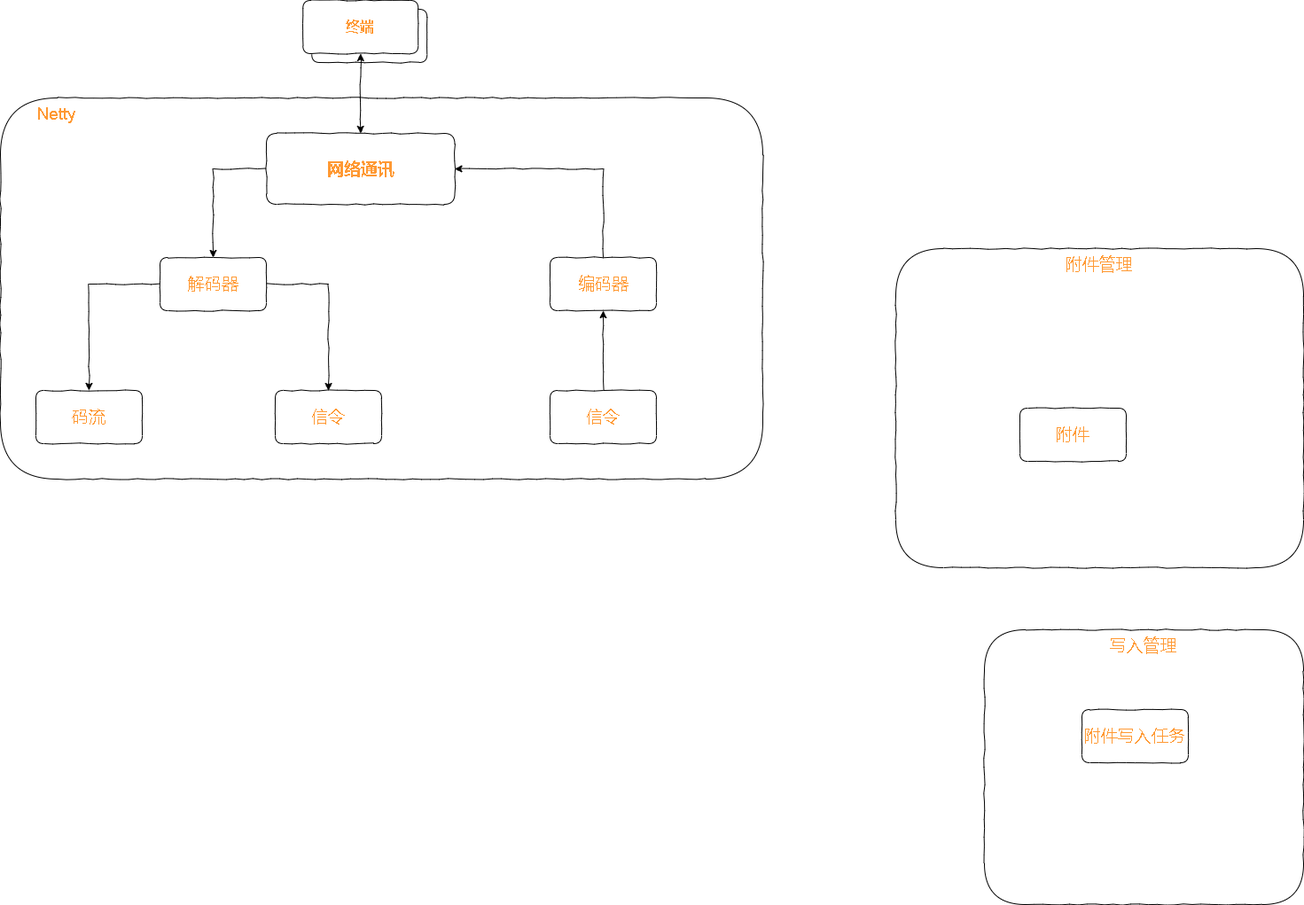
This is test.drawio.png from xktder/draw, a draw.io export, as it was before one commit. Source tidied: cells renumbered, new cells last; positions are measured from the earlier drawing's top-left corner, leaving out a move shared by most shapes. The source it was exported from:
```xml
<mxGraphModel>
  <root>
    <mxCell id="0" />
    <mxCell id="1" parent="0" />
    <mxCell id="2" value="&amp;nbsp; &amp;nbsp; &amp;nbsp; &amp;nbsp; Netty" style="rounded=1;whiteSpace=wrap;html=1;comic=1;fontSize=19;fontColor=#FF9933;strokeColor=default;gradientColor=none;verticalAlign=top;align=left;" parent="1" vertex="1">
      <mxGeometry y="110" width="860" height="430" as="geometry" />
    </mxCell>
    <mxCell id="3" value="写入管理" style="rounded=1;whiteSpace=wrap;html=1;comic=1;fontSize=19;fontColor=#FF9933;strokeColor=default;gradientColor=none;verticalAlign=top;" parent="1" vertex="1">
      <mxGeometry x="1110" y="710" width="360" height="310" as="geometry" />
    </mxCell>
    <mxCell id="4" value="附件管理" style="rounded=1;whiteSpace=wrap;html=1;comic=1;fontSize=19;fontColor=#FF9933;strokeColor=default;gradientColor=none;verticalAlign=top;" parent="1" vertex="1">
      <mxGeometry x="1010" y="280" width="460" height="360" as="geometry" />
    </mxCell>
    <mxCell id="5" style="group;" parent="1" vertex="1">
      <mxGeometry x="341.2" width="140" height="70" as="geometry" />
    </mxCell>
    <mxCell id="6" value="终端" style="rounded=1;whiteSpace=wrap;html=1;gradientColor=none;strokeColor=default;comic=1;" parent="5" vertex="1">
      <mxGeometry x="10" y="10" width="130" height="60" as="geometry" />
    </mxCell>
    <mxCell id="7" value="&lt;font color=&quot;#ff9933&quot; size=&quot;1&quot;&gt;&lt;b style=&quot;font-size: 16px;&quot;&gt;终端&lt;/b&gt;&lt;/font&gt;" style="rounded=1;whiteSpace=wrap;html=1;gradientColor=none;strokeColor=default;comic=1;" parent="5" vertex="1">
      <mxGeometry width="130" height="60" as="geometry" />
    </mxCell>
    <mxCell id="8" style="edgeStyle=orthogonalEdgeStyle;rounded=0;jettySize=auto;html=1;exitX=0.5;exitY=1;exitDx=0;exitDy=0;fontSize=16;fontColor=#FF9933;comic=1;startArrow=classic;startFill=1;entryX=0.5;entryY=0;entryDx=0;entryDy=0;" parent="1" edge="1" source="7" target="11">
      <mxGeometry relative="1" as="geometry" />
    </mxCell>
    <mxCell id="9" style="edgeStyle=orthogonalEdgeStyle;rounded=0;comic=1;jettySize=auto;html=1;exitX=0;exitY=0.5;exitDx=0;exitDy=0;fontSize=19;fontColor=#FF9933;startArrow=none;startFill=0;entryX=0.5;entryY=0;entryDx=0;entryDy=0;" parent="1" edge="1" source="11" target="14">
      <mxGeometry relative="1" as="geometry" />
    </mxCell>
    <mxCell id="10" style="edgeStyle=orthogonalEdgeStyle;rounded=0;comic=1;jettySize=auto;html=1;exitX=1;exitY=0.5;exitDx=0;exitDy=0;fontSize=19;fontColor=#FF9933;startArrow=classic;startFill=1;entryX=0.5;entryY=0;entryDx=0;entryDy=0;endArrow=none;endFill=0;" parent="1" edge="1" source="11" target="15">
      <mxGeometry relative="1" as="geometry" />
    </mxCell>
    <mxCell id="11" value="&lt;font style=&quot;font-size: 19px;&quot;&gt;&lt;b&gt;网络通讯&lt;/b&gt;&lt;/font&gt;" style="rounded=1;whiteSpace=wrap;html=1;comic=1;fontSize=16;fontColor=#FF9933;strokeColor=default;gradientColor=none;" parent="1" vertex="1">
      <mxGeometry x="300" y="150" width="212.5" height="80" as="geometry" />
    </mxCell>
    <mxCell id="12" style="edgeStyle=orthogonalEdgeStyle;rounded=0;comic=1;jettySize=auto;html=1;entryX=0.5;entryY=0;entryDx=0;entryDy=0;fontSize=19;fontColor=#FF9933;startArrow=none;startFill=0;endArrow=classic;endFill=1;" parent="1" edge="1" source="14" target="17">
      <mxGeometry relative="1" as="geometry" />
    </mxCell>
    <mxCell id="13" style="edgeStyle=orthogonalEdgeStyle;rounded=0;comic=1;jettySize=auto;html=1;exitX=0;exitY=0.5;exitDx=0;exitDy=0;fontSize=19;fontColor=#FF9933;startArrow=none;startFill=0;endArrow=classic;endFill=1;" parent="1" edge="1" source="14" target="16">
      <mxGeometry relative="1" as="geometry" />
    </mxCell>
    <mxCell id="14" value="解码器" style="rounded=1;whiteSpace=wrap;html=1;comic=1;fontSize=19;fontColor=#FF9933;strokeColor=default;gradientColor=none;" parent="1" vertex="1">
      <mxGeometry x="180" y="290" width="120" height="60" as="geometry" />
    </mxCell>
    <mxCell id="15" value="编码器" style="rounded=1;whiteSpace=wrap;html=1;comic=1;fontSize=19;fontColor=#FF9933;strokeColor=default;gradientColor=none;" parent="1" vertex="1">
      <mxGeometry x="620" y="290" width="120" height="60" as="geometry" />
    </mxCell>
    <mxCell id="16" value="码流" style="rounded=1;whiteSpace=wrap;html=1;comic=1;fontSize=19;fontColor=#FF9933;strokeColor=default;gradientColor=none;" parent="1" vertex="1">
      <mxGeometry x="40" y="440" width="120" height="60" as="geometry" />
    </mxCell>
    <mxCell id="17" value="信令" style="rounded=1;whiteSpace=wrap;html=1;comic=1;fontSize=19;fontColor=#FF9933;strokeColor=default;gradientColor=none;" parent="1" vertex="1">
      <mxGeometry x="310" y="440" width="120" height="60" as="geometry" />
    </mxCell>
    <mxCell id="18" value="附件" style="rounded=1;whiteSpace=wrap;html=1;comic=1;fontSize=19;fontColor=#FF9933;strokeColor=default;gradientColor=none;" parent="1" vertex="1">
      <mxGeometry x="1150" y="460" width="120" height="60" as="geometry" />
    </mxCell>
    <mxCell id="19" value="附件写入任务" style="rounded=1;whiteSpace=wrap;html=1;comic=1;fontSize=19;fontColor=#FF9933;strokeColor=default;gradientColor=none;" parent="1" vertex="1">
      <mxGeometry x="1220" y="800" width="120" height="60" as="geometry" />
    </mxCell>
    <mxCell id="20" style="edgeStyle=orthogonalEdgeStyle;rounded=0;comic=1;jettySize=auto;html=1;entryX=0.5;entryY=1;entryDx=0;entryDy=0;fontSize=19;fontColor=#FF9933;startArrow=none;startFill=0;endArrow=classic;endFill=1;" parent="1" edge="1" source="21" target="15">
      <mxGeometry relative="1" as="geometry" />
    </mxCell>
    <mxCell id="21" value="信令" style="rounded=1;whiteSpace=wrap;html=1;comic=1;fontSize=19;fontColor=#FF9933;strokeColor=default;gradientColor=none;" parent="1" vertex="1">
      <mxGeometry x="620" y="440" width="120" height="60" as="geometry" />
    </mxCell>
  </root>
</mxGraphModel>
```
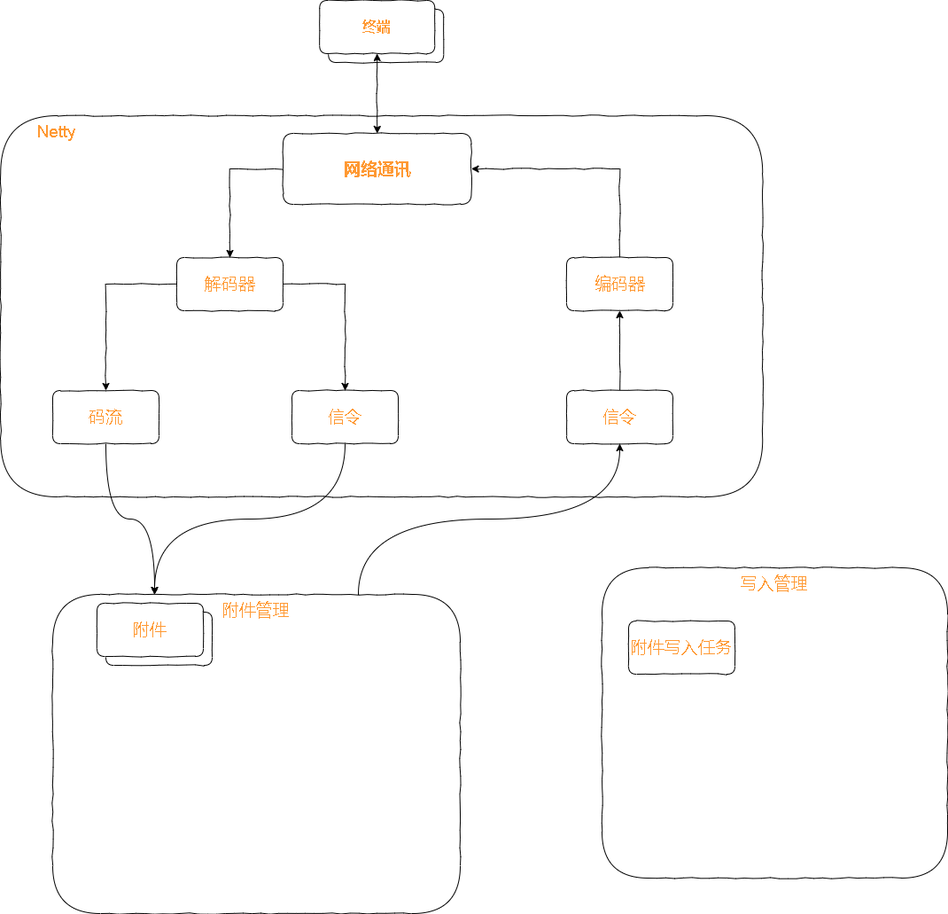
The same diagram one commit later.

Change to the diagram source:
```diff
@@ -3,13 +3,16 @@
     <mxCell id="0" />
     <mxCell id="1" parent="0" />
     <mxCell id="2" value="&amp;nbsp; &amp;nbsp; &amp;nbsp; &amp;nbsp; Netty" style="rounded=1;whiteSpace=wrap;html=1;comic=1;fontSize=19;fontColor=#FF9933;strokeColor=default;gradientColor=none;verticalAlign=top;align=left;" parent="1" vertex="1">
-      <mxGeometry y="110" width="860" height="430" as="geometry" />
+      <mxGeometry x="-18.8" y="130" width="860" height="430" as="geometry" />
     </mxCell>
     <mxCell id="3" value="写入管理" style="rounded=1;whiteSpace=wrap;html=1;comic=1;fontSize=19;fontColor=#FF9933;strokeColor=default;gradientColor=none;verticalAlign=top;" parent="1" vertex="1">
-      <mxGeometry x="1110" y="710" width="360" height="310" as="geometry" />
+      <mxGeometry x="660" y="640" width="390" height="350" as="geometry" />
     </mxCell>
+    <mxCell id="22" style="edgeStyle=orthogonalEdgeStyle;curved=1;rounded=0;comic=0;jettySize=auto;html=1;exitX=0.75;exitY=0;exitDx=0;exitDy=0;entryX=0.5;entryY=1;entryDx=0;entryDy=0;fontSize=19;fontColor=#FF9933;startArrow=none;startFill=0;endArrow=classic;endFill=1;" parent="1" edge="1" source="4" target="21">
+      <mxGeometry relative="1" as="geometry" />
+    </mxCell>
     <mxCell id="4" value="附件管理" style="rounded=1;whiteSpace=wrap;html=1;comic=1;fontSize=19;fontColor=#FF9933;strokeColor=default;gradientColor=none;verticalAlign=top;" parent="1" vertex="1">
-      <mxGeometry x="1010" y="280" width="460" height="360" as="geometry" />
+      <mxGeometry x="40" y="670" width="460" height="360" as="geometry" />
     </mxCell>
     <mxCell id="5" style="group;" parent="1" vertex="1">
       <mxGeometry x="341.2" width="140" height="70" as="geometry" />
@@ -44,17 +47,20 @@
     <mxCell id="15" value="编码器" style="rounded=1;whiteSpace=wrap;html=1;comic=1;fontSize=19;fontColor=#FF9933;strokeColor=default;gradientColor=none;" parent="1" vertex="1">
       <mxGeometry x="620" y="290" width="120" height="60" as="geometry" />
     </mxCell>
+    <mxCell id="23" style="edgeStyle=orthogonalEdgeStyle;rounded=0;comic=0;jettySize=auto;html=1;fontSize=19;fontColor=#FF9933;startArrow=none;startFill=0;endArrow=classic;endFill=1;entryX=0.25;entryY=0;entryDx=0;entryDy=0;curved=1;" parent="1" edge="1" source="16" target="4">
+      <mxGeometry relative="1" as="geometry" />
+    </mxCell>
     <mxCell id="16" value="码流" style="rounded=1;whiteSpace=wrap;html=1;comic=1;fontSize=19;fontColor=#FF9933;strokeColor=default;gradientColor=none;" parent="1" vertex="1">
       <mxGeometry x="40" y="440" width="120" height="60" as="geometry" />
     </mxCell>
+    <mxCell id="24" style="edgeStyle=orthogonalEdgeStyle;rounded=0;comic=1;jettySize=auto;html=1;entryX=0.25;entryY=0;entryDx=0;entryDy=0;fontSize=19;fontColor=#FF9933;startArrow=none;startFill=0;endArrow=classic;endFill=1;curved=1;" parent="1" edge="1" source="17" target="4">
+      <mxGeometry relative="1" as="geometry" />
+    </mxCell>
     <mxCell id="17" value="信令" style="rounded=1;whiteSpace=wrap;html=1;comic=1;fontSize=19;fontColor=#FF9933;strokeColor=default;gradientColor=none;" parent="1" vertex="1">
       <mxGeometry x="310" y="440" width="120" height="60" as="geometry" />
     </mxCell>
-    <mxCell id="18" value="附件" style="rounded=1;whiteSpace=wrap;html=1;comic=1;fontSize=19;fontColor=#FF9933;strokeColor=default;gradientColor=none;" parent="1" vertex="1">
-      <mxGeometry x="1150" y="460" width="120" height="60" as="geometry" />
-    </mxCell>
     <mxCell id="19" value="附件写入任务" style="rounded=1;whiteSpace=wrap;html=1;comic=1;fontSize=19;fontColor=#FF9933;strokeColor=default;gradientColor=none;" parent="1" vertex="1">
-      <mxGeometry x="1220" y="800" width="120" height="60" as="geometry" />
+      <mxGeometry x="690" y="700" width="120" height="60" as="geometry" />
     </mxCell>
     <mxCell id="20" style="edgeStyle=orthogonalEdgeStyle;rounded=0;comic=1;jettySize=auto;html=1;entryX=0.5;entryY=1;entryDx=0;entryDy=0;fontSize=19;fontColor=#FF9933;startArrow=none;startFill=0;endArrow=classic;endFill=1;" parent="1" edge="1" source="21" target="15">
       <mxGeometry relative="1" as="geometry" />
@@ -62,5 +68,14 @@
     <mxCell id="21" value="信令" style="rounded=1;whiteSpace=wrap;html=1;comic=1;fontSize=19;fontColor=#FF9933;strokeColor=default;gradientColor=none;" parent="1" vertex="1">
       <mxGeometry x="620" y="440" width="120" height="60" as="geometry" />
     </mxCell>
+    <mxCell id="25" style="group;" parent="1" vertex="1">
+      <mxGeometry x="90" y="680" width="130" height="70" as="geometry" />
+    </mxCell>
+    <mxCell id="18" value="附件" style="rounded=1;whiteSpace=wrap;html=1;comic=1;fontSize=19;fontColor=#FF9933;strokeColor=default;gradientColor=none;" parent="25" vertex="1">
+      <mxGeometry x="10" y="10" width="120" height="60" as="geometry" />
+    </mxCell>
+    <mxCell id="26" value="附件" style="rounded=1;whiteSpace=wrap;html=1;comic=1;fontSize=19;fontColor=#FF9933;strokeColor=default;gradientColor=none;" parent="25" vertex="1">
+      <mxGeometry width="120" height="60" as="geometry" />
+    </mxCell>
   </root>
 </mxGraphModel>
```
